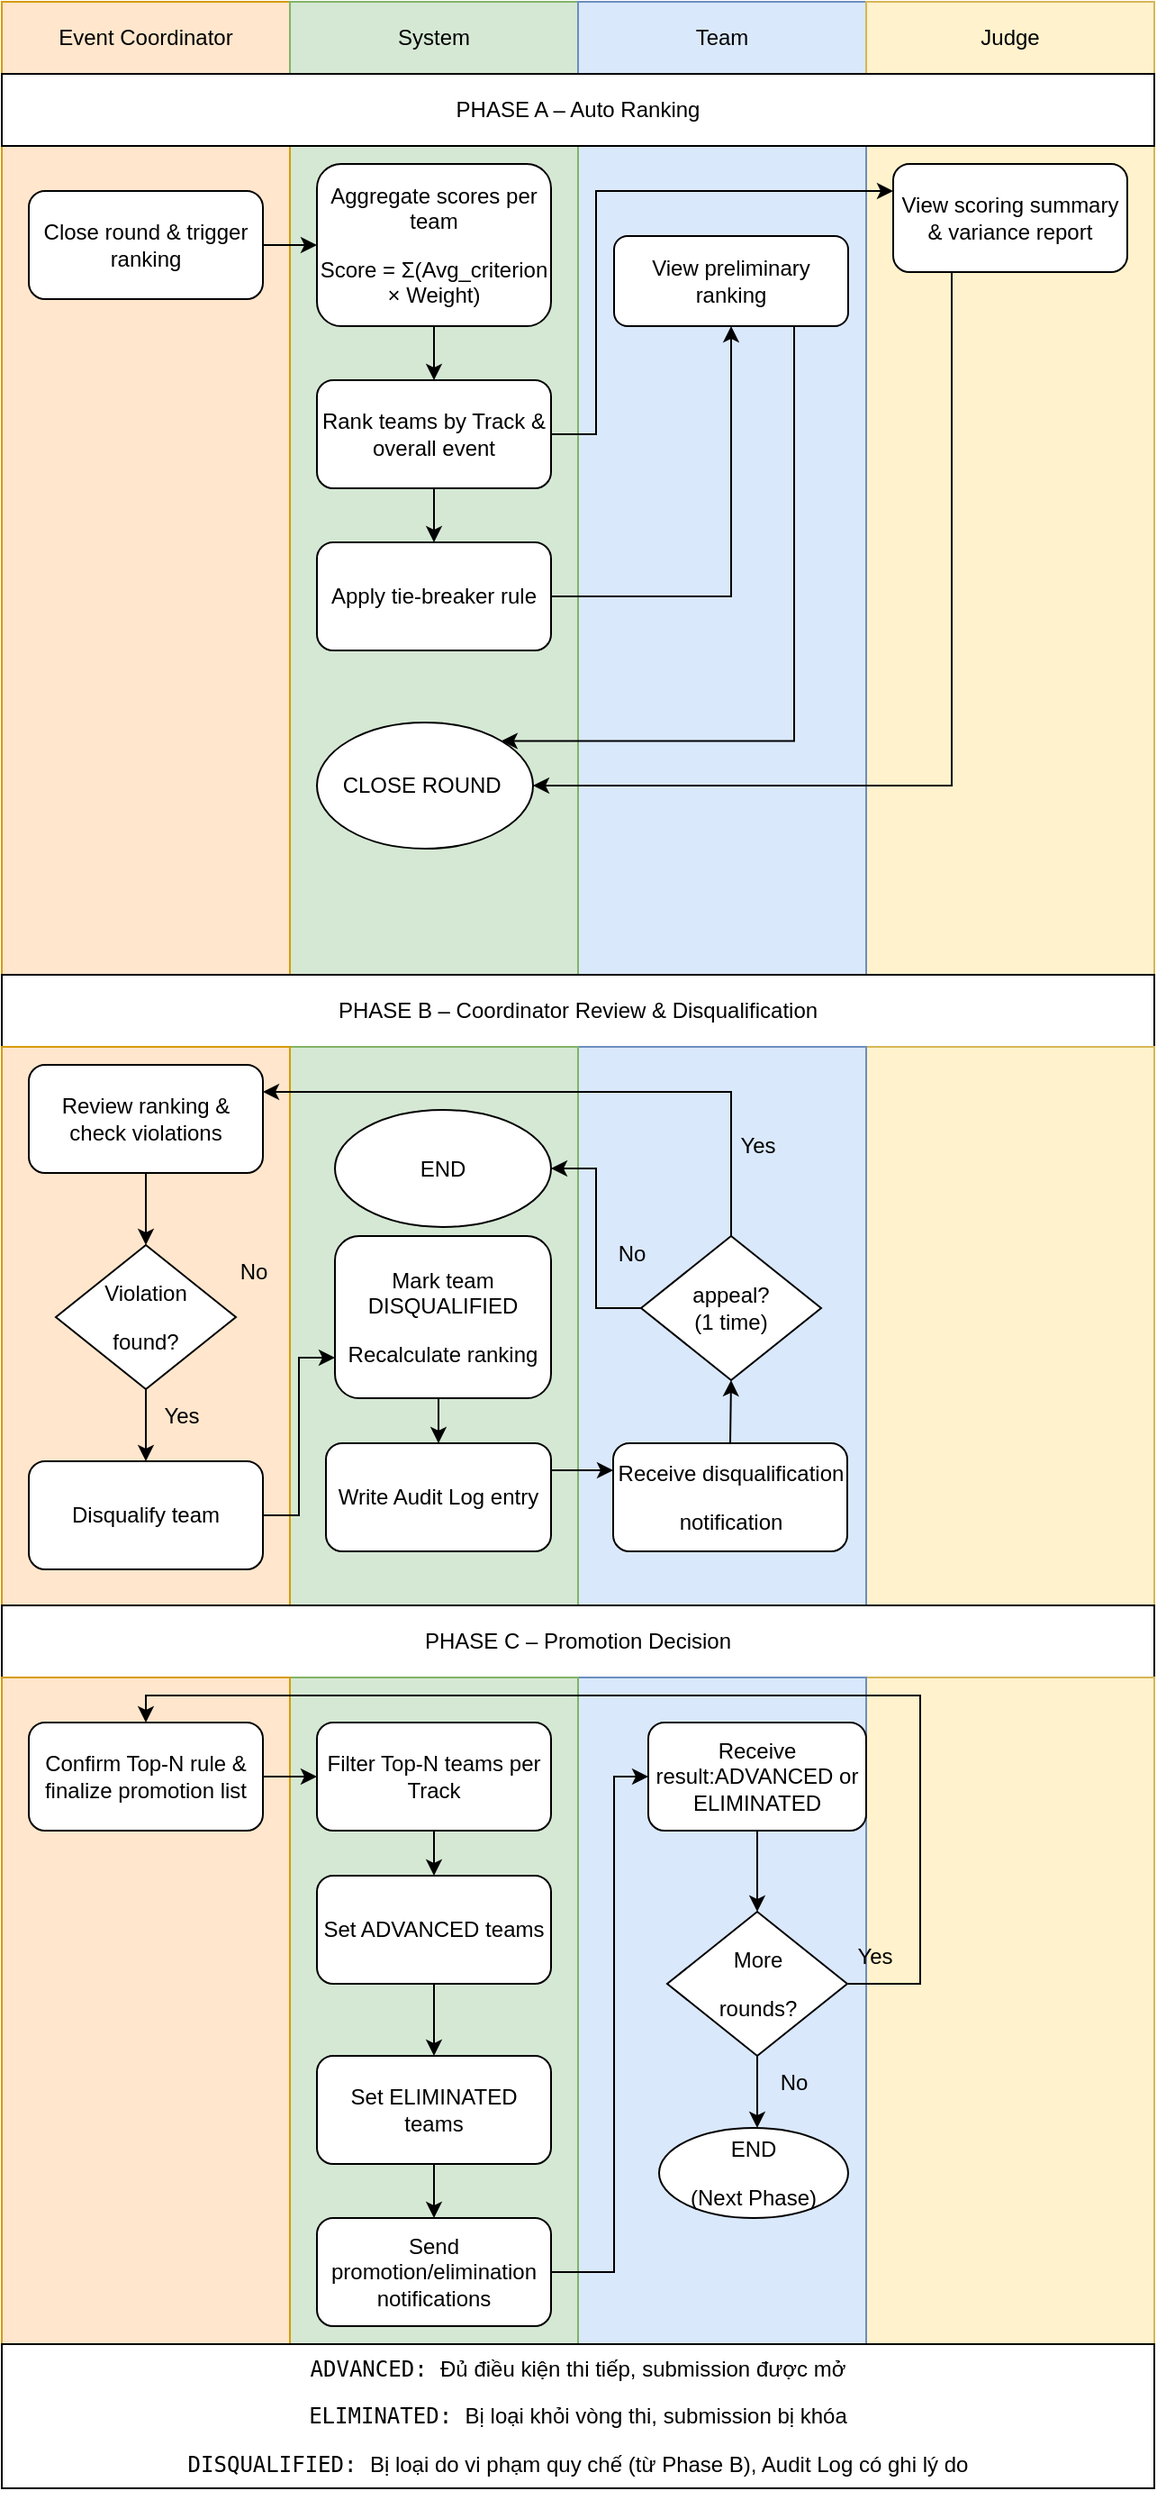
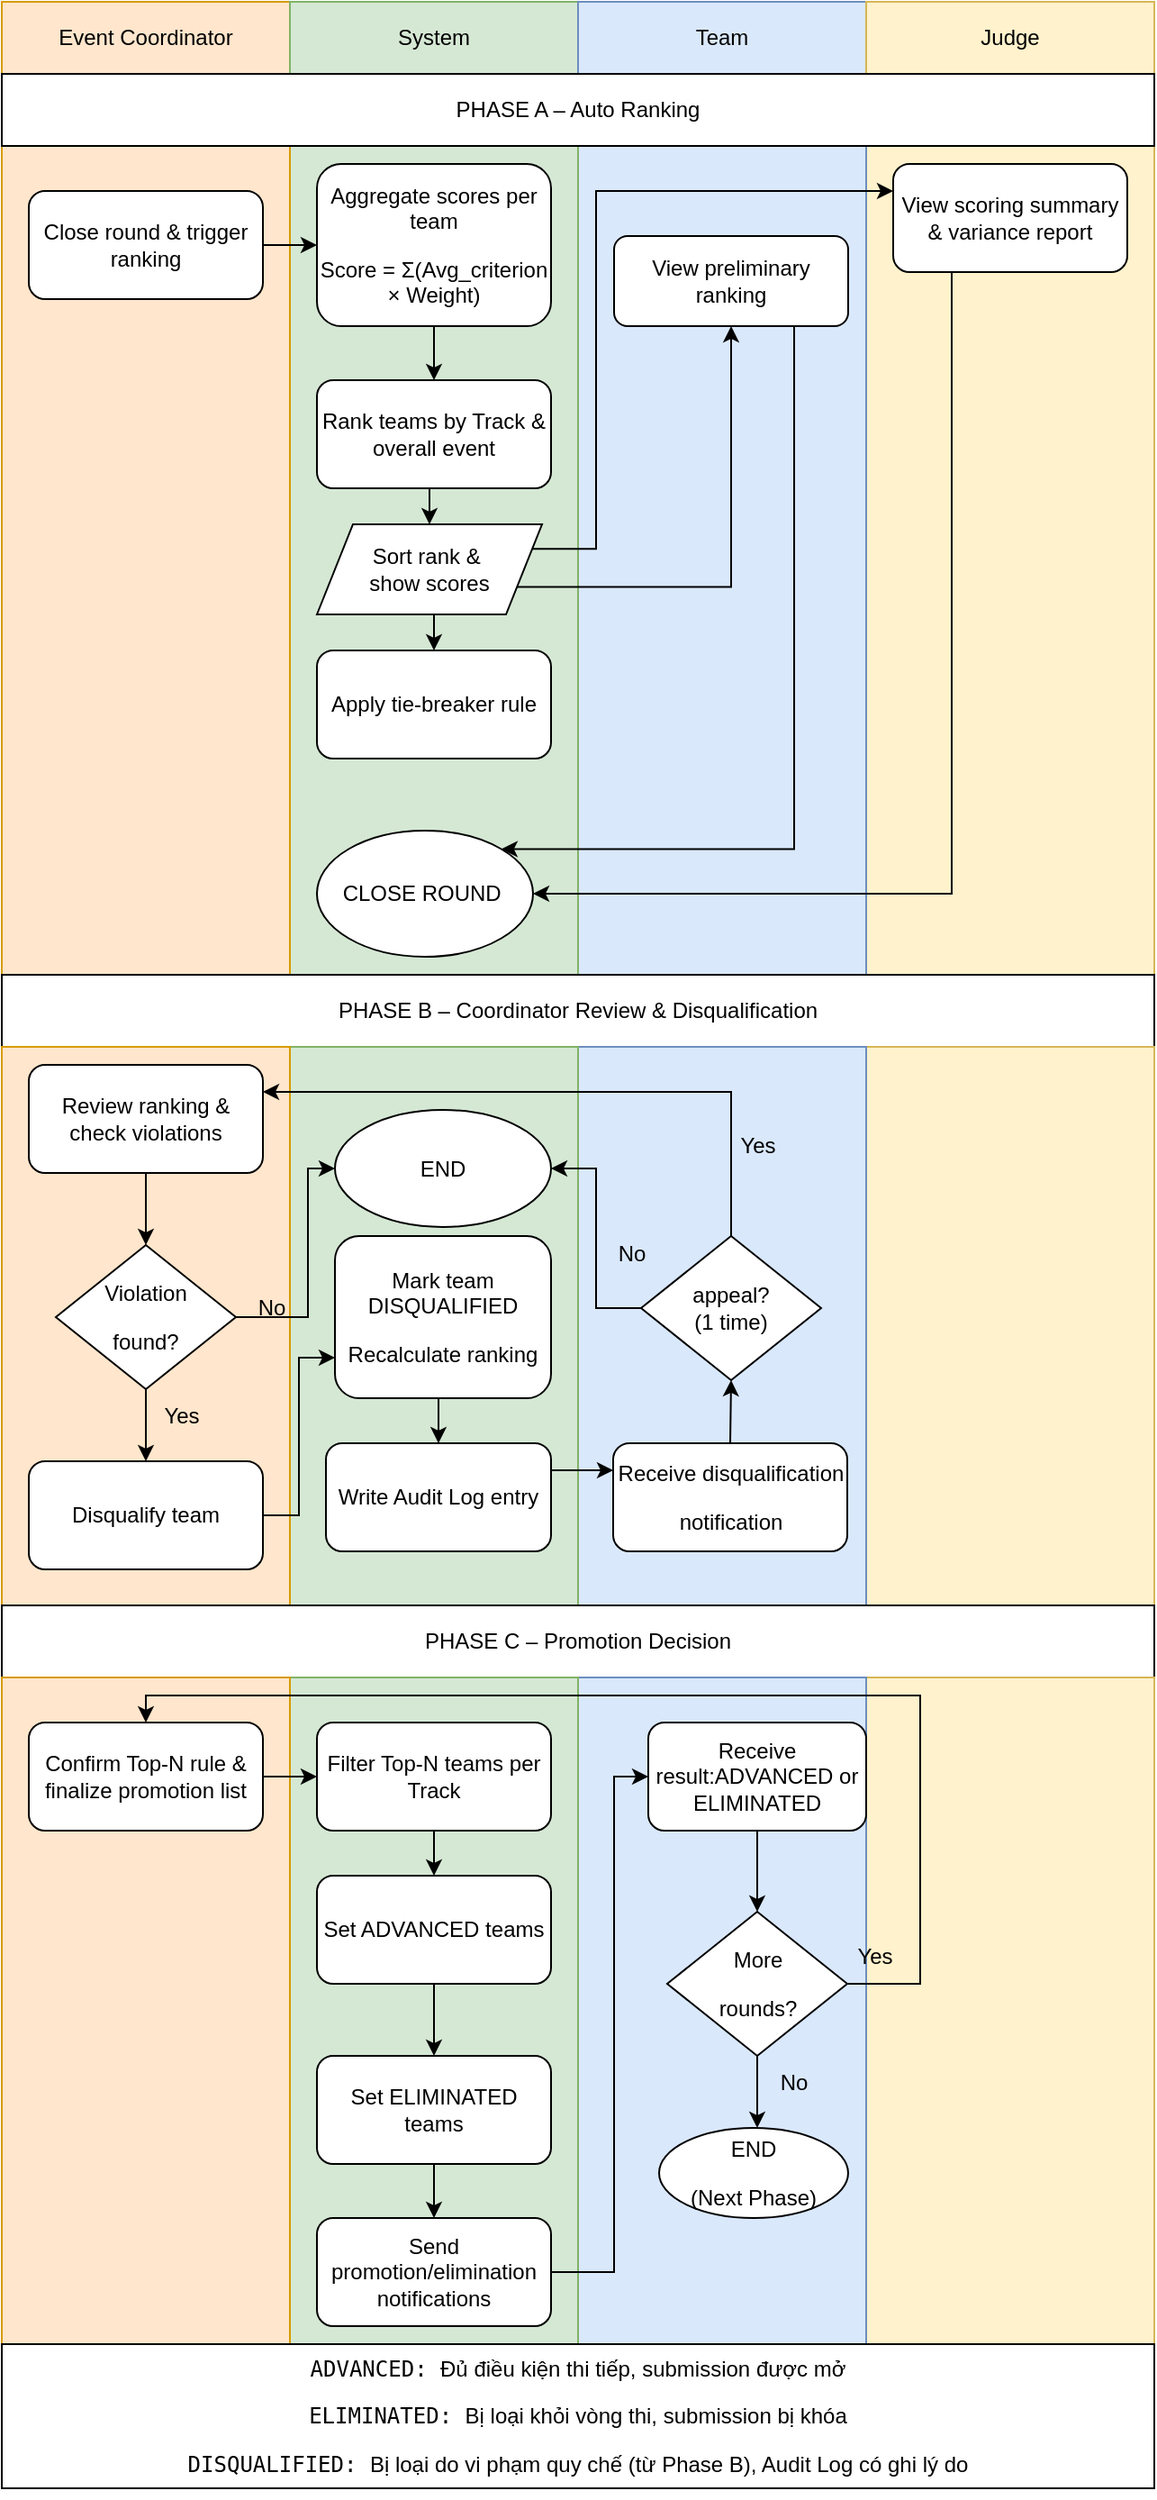
<mxfile host="app.diagrams.net">
  <diagram name="Trang-1" id="7uidZceT7A1-1Ww8tOt2">
-     <mxGraphModel dx="1084" dy="592" grid="1" gridSize="10" guides="1" tooltips="1" connect="1" arrows="1" fold="1" page="1" pageScale="1" pageWidth="827" pageHeight="1169" math="0" shadow="0">
+     <mxGraphModel dx="1030" dy="562" grid="1" gridSize="10" guides="1" tooltips="1" connect="1" arrows="1" fold="1" page="1" pageScale="1" pageWidth="827" pageHeight="1169" math="0" shadow="0">
      <root>
        <mxCell id="0" />
        <mxCell id="1" parent="0" />
        <mxCell id="Z6-MZz4HJiVlz0EDoctv-1" parent="1" style="rounded=0;whiteSpace=wrap;html=1;fillColor=#ffe6cc;strokeColor=#d79b00;" value="&lt;p data-pm-slice=&quot;1 1 []&quot;&gt;Event Coordinator&lt;/p&gt;" vertex="1">
          <mxGeometry height="40" width="160" as="geometry" />
        </mxCell>
        <mxCell id="Z6-MZz4HJiVlz0EDoctv-2" parent="1" style="rounded=0;whiteSpace=wrap;html=1;fillColor=#d5e8d4;strokeColor=#82b366;" value="&lt;p data-pm-slice=&quot;1 1 []&quot;&gt;System&lt;/p&gt;" vertex="1">
          <mxGeometry height="40" width="160" x="160" as="geometry" />
        </mxCell>
        <mxCell id="Z6-MZz4HJiVlz0EDoctv-3" parent="1" style="rounded=0;whiteSpace=wrap;html=1;fillColor=#dae8fc;strokeColor=#6c8ebf;" value="&lt;p data-pm-slice=&quot;1 1 []&quot;&gt;Team&lt;/p&gt;" vertex="1">
          <mxGeometry height="40" width="160" x="320" as="geometry" />
        </mxCell>
        <mxCell id="Z6-MZz4HJiVlz0EDoctv-4" parent="1" style="rounded=0;whiteSpace=wrap;html=1;fillColor=#fff2cc;strokeColor=#d6b656;" value="&lt;p data-pm-slice=&quot;1 1 []&quot;&gt;Judge&lt;/p&gt;" vertex="1">
          <mxGeometry height="40" width="160" x="480" as="geometry" />
        </mxCell>
        <mxCell id="Z6-MZz4HJiVlz0EDoctv-12" parent="1" style="rounded=0;whiteSpace=wrap;html=1;fillColor=#fff2cc;strokeColor=#d6b656;" value="" vertex="1">
          <mxGeometry height="460" width="160" x="480" y="80" as="geometry" />
        </mxCell>
        <mxCell id="Z6-MZz4HJiVlz0EDoctv-13" parent="1" style="rounded=0;whiteSpace=wrap;html=1;fillColor=#dae8fc;strokeColor=#6c8ebf;" value="" vertex="1">
          <mxGeometry height="540" width="160" x="320" y="40" as="geometry" />
        </mxCell>
        <mxCell id="Z6-MZz4HJiVlz0EDoctv-14" parent="1" style="rounded=0;whiteSpace=wrap;html=1;fillColor=#d5e8d4;strokeColor=#82b366;" value="" vertex="1">
          <mxGeometry height="460" width="160" x="160" y="80" as="geometry" />
        </mxCell>
        <mxCell id="Z6-MZz4HJiVlz0EDoctv-15" parent="1" style="rounded=0;whiteSpace=wrap;html=1;fillColor=#ffe6cc;strokeColor=#d79b00;" value="" vertex="1">
          <mxGeometry height="460" width="160" y="80" as="geometry" />
        </mxCell>
        <mxCell id="Z6-MZz4HJiVlz0EDoctv-16" parent="1" style="rounded=0;whiteSpace=wrap;html=1;" value="&lt;p data-pm-slice=&quot;1 1 []&quot;&gt;PHASE A – Auto Ranking&lt;/p&gt;" vertex="1">
          <mxGeometry height="40" width="640" y="40" as="geometry" />
        </mxCell>
        <mxCell id="Z6-MZz4HJiVlz0EDoctv-58" edge="1" parent="1" source="Z6-MZz4HJiVlz0EDoctv-18" style="edgeStyle=orthogonalEdgeStyle;rounded=0;orthogonalLoop=1;jettySize=auto;html=1;exitX=1;exitY=0.5;exitDx=0;exitDy=0;" target="Z6-MZz4HJiVlz0EDoctv-19">
          <mxGeometry relative="1" as="geometry" />
        </mxCell>
        <mxCell id="Z6-MZz4HJiVlz0EDoctv-18" parent="1" style="rounded=1;whiteSpace=wrap;html=1;" value="&lt;p data-pm-slice=&quot;1 1 []&quot;&gt;Close round &amp;amp; trigger ranking&lt;/p&gt;" vertex="1">
          <mxGeometry height="60" width="130" x="15" y="105" as="geometry" />
        </mxCell>
        <mxCell id="Z6-MZz4HJiVlz0EDoctv-59" edge="1" parent="1" source="Z6-MZz4HJiVlz0EDoctv-19" style="edgeStyle=orthogonalEdgeStyle;rounded=0;orthogonalLoop=1;jettySize=auto;html=1;exitX=0.5;exitY=1;exitDx=0;exitDy=0;" target="Z6-MZz4HJiVlz0EDoctv-21">
          <mxGeometry relative="1" as="geometry" />
        </mxCell>
        <mxCell id="Z6-MZz4HJiVlz0EDoctv-19" parent="1" style="rounded=1;whiteSpace=wrap;html=1;" value="&lt;p data-pm-slice=&quot;1 1 []&quot;&gt;Aggregate scores per team&lt;/p&gt;&lt;p data-pm-slice=&quot;1 1 []&quot;&gt;Score = Σ(Avg_criterion × Weight)&lt;/p&gt;" vertex="1">
          <mxGeometry height="90" width="130" x="175" y="90" as="geometry" />
        </mxCell>
        <mxCell id="20ZeH3RPhN4NPOjCwI7k-8" edge="1" parent="1" source="Z6-MZz4HJiVlz0EDoctv-20" style="edgeStyle=orthogonalEdgeStyle;rounded=0;orthogonalLoop=1;jettySize=auto;html=1;exitX=0.5;exitY=1;exitDx=0;exitDy=0;entryX=1;entryY=0;entryDx=0;entryDy=0;" target="20ZeH3RPhN4NPOjCwI7k-4">
          <mxGeometry relative="1" as="geometry">
            <Array as="points">
              <mxPoint x="440" y="180" />
-               <mxPoint x="440" y="410" />
+               <mxPoint x="440" y="470" />
            </Array>
          </mxGeometry>
        </mxCell>
        <mxCell id="Z6-MZz4HJiVlz0EDoctv-20" parent="1" style="rounded=1;whiteSpace=wrap;html=1;" value="&lt;p data-pm-slice=&quot;1 1 []&quot;&gt;View preliminary ranking&lt;/p&gt;" vertex="1">
          <mxGeometry height="50" width="130" x="340" y="130" as="geometry" />
        </mxCell>
-         <mxCell id="Z6-MZz4HJiVlz0EDoctv-60" edge="1" parent="1" source="Z6-MZz4HJiVlz0EDoctv-21" style="edgeStyle=orthogonalEdgeStyle;rounded=0;orthogonalLoop=1;jettySize=auto;html=1;exitX=0.5;exitY=1;exitDx=0;exitDy=0;" target="Z6-MZz4HJiVlz0EDoctv-22">
-           <mxGeometry relative="1" as="geometry" />
-         </mxCell>
-         <mxCell id="20ZeH3RPhN4NPOjCwI7k-26" edge="1" parent="1" source="Z6-MZz4HJiVlz0EDoctv-21" style="edgeStyle=orthogonalEdgeStyle;rounded=0;orthogonalLoop=1;jettySize=auto;html=1;exitX=1;exitY=0.5;exitDx=0;exitDy=0;entryX=0;entryY=0.25;entryDx=0;entryDy=0;" target="Z6-MZz4HJiVlz0EDoctv-23">
-           <mxGeometry relative="1" as="geometry">
-             <Array as="points">
-               <mxPoint x="330" y="240" />
-               <mxPoint x="330" y="105" />
-             </Array>
-           </mxGeometry>
+         <mxCell id="UXWupMjJpN8dmaBhyktf-3" edge="1" parent="1" source="Z6-MZz4HJiVlz0EDoctv-21" style="edgeStyle=orthogonalEdgeStyle;rounded=0;orthogonalLoop=1;jettySize=auto;html=1;exitX=0.5;exitY=1;exitDx=0;exitDy=0;entryX=0.5;entryY=0;entryDx=0;entryDy=0;" target="UXWupMjJpN8dmaBhyktf-2">
+           <mxGeometry relative="1" as="geometry" />
        </mxCell>
        <mxCell id="Z6-MZz4HJiVlz0EDoctv-21" parent="1" style="rounded=1;whiteSpace=wrap;html=1;" value="&lt;p data-pm-slice=&quot;1 1 []&quot;&gt;Rank teams by Track &amp;amp; overall event&lt;/p&gt;" vertex="1">
          <mxGeometry height="60" width="130" x="175" y="210" as="geometry" />
        </mxCell>
-         <mxCell id="20ZeH3RPhN4NPOjCwI7k-25" edge="1" parent="1" source="Z6-MZz4HJiVlz0EDoctv-22" style="edgeStyle=orthogonalEdgeStyle;rounded=0;orthogonalLoop=1;jettySize=auto;html=1;exitX=1;exitY=0.5;exitDx=0;exitDy=0;entryX=0.5;entryY=1;entryDx=0;entryDy=0;" target="Z6-MZz4HJiVlz0EDoctv-20">
-           <mxGeometry relative="1" as="geometry" />
-         </mxCell>
        <mxCell id="Z6-MZz4HJiVlz0EDoctv-22" parent="1" style="rounded=1;whiteSpace=wrap;html=1;" value="&lt;p data-pm-slice=&quot;1 1 []&quot;&gt;Apply tie-breaker rule&lt;/p&gt;" vertex="1">
-           <mxGeometry height="60" width="130" x="175" y="300" as="geometry" />
+           <mxGeometry height="60" width="130" x="175" y="360" as="geometry" />
        </mxCell>
        <mxCell id="20ZeH3RPhN4NPOjCwI7k-5" edge="1" parent="1" source="Z6-MZz4HJiVlz0EDoctv-23" style="edgeStyle=orthogonalEdgeStyle;rounded=0;orthogonalLoop=1;jettySize=auto;html=1;exitX=0.25;exitY=1;exitDx=0;exitDy=0;entryX=1;entryY=0.5;entryDx=0;entryDy=0;" target="20ZeH3RPhN4NPOjCwI7k-4">
          <mxGeometry relative="1" as="geometry" />
        </mxCell>
        <mxCell id="Z6-MZz4HJiVlz0EDoctv-23" parent="1" style="rounded=1;whiteSpace=wrap;html=1;" value="&lt;p data-pm-slice=&quot;1 1 []&quot;&gt;View scoring summary &amp;amp; variance report&lt;/p&gt;" vertex="1">
          <mxGeometry height="60" width="130" x="495" y="90" as="geometry" />
        </mxCell>
        <mxCell id="Z6-MZz4HJiVlz0EDoctv-25" parent="1" style="rounded=0;whiteSpace=wrap;html=1;" value="&lt;p data-pm-slice=&quot;1 1 []&quot;&gt;PHASE B – Coordinator Review &amp;amp; Disqualification&lt;/p&gt;" vertex="1">
          <mxGeometry height="40" width="640" y="540" as="geometry" />
        </mxCell>
        <mxCell id="Z6-MZz4HJiVlz0EDoctv-27" parent="1" style="rounded=0;whiteSpace=wrap;html=1;fillColor=#fff2cc;strokeColor=#d6b656;" value="" vertex="1">
          <mxGeometry height="320" width="160" x="480" y="580" as="geometry" />
        </mxCell>
        <mxCell id="Z6-MZz4HJiVlz0EDoctv-28" parent="1" style="rounded=0;whiteSpace=wrap;html=1;fillColor=#dae8fc;strokeColor=#6c8ebf;" value="" vertex="1">
          <mxGeometry height="320" width="160" x="320" y="580" as="geometry" />
        </mxCell>
        <mxCell id="Z6-MZz4HJiVlz0EDoctv-29" parent="1" style="rounded=0;whiteSpace=wrap;html=1;fillColor=#d5e8d4;strokeColor=#82b366;" value="" vertex="1">
          <mxGeometry height="320" width="160" x="160" y="580" as="geometry" />
        </mxCell>
        <mxCell id="Z6-MZz4HJiVlz0EDoctv-30" parent="1" style="rounded=0;whiteSpace=wrap;html=1;fillColor=#ffe6cc;strokeColor=#d79b00;" value="" vertex="1">
          <mxGeometry height="320" width="160" y="580" as="geometry" />
        </mxCell>
        <mxCell id="Z6-MZz4HJiVlz0EDoctv-64" edge="1" parent="1" source="Z6-MZz4HJiVlz0EDoctv-31" style="edgeStyle=orthogonalEdgeStyle;rounded=0;orthogonalLoop=1;jettySize=auto;html=1;exitX=0.5;exitY=1;exitDx=0;exitDy=0;entryX=0.5;entryY=0;entryDx=0;entryDy=0;" target="Z6-MZz4HJiVlz0EDoctv-38">
          <mxGeometry relative="1" as="geometry" />
        </mxCell>
        <mxCell id="Z6-MZz4HJiVlz0EDoctv-31" parent="1" style="rounded=1;whiteSpace=wrap;html=1;" value="&lt;p data-pm-slice=&quot;1 1 []&quot;&gt;Review ranking &amp;amp; check violations&lt;/p&gt;" vertex="1">
          <mxGeometry height="60" width="130" x="15" y="590" as="geometry" />
        </mxCell>
        <mxCell id="Z6-MZz4HJiVlz0EDoctv-67" edge="1" parent="1" source="Z6-MZz4HJiVlz0EDoctv-32" style="edgeStyle=orthogonalEdgeStyle;rounded=0;orthogonalLoop=1;jettySize=auto;html=1;exitX=0.5;exitY=1;exitDx=0;exitDy=0;entryX=0.5;entryY=0;entryDx=0;entryDy=0;" target="Z6-MZz4HJiVlz0EDoctv-34">
          <mxGeometry relative="1" as="geometry" />
        </mxCell>
        <mxCell id="Z6-MZz4HJiVlz0EDoctv-32" parent="1" style="rounded=1;whiteSpace=wrap;html=1;" value="&lt;p data-pm-slice=&quot;1 1 []&quot;&gt;Mark team DISQUALIFIED&lt;/p&gt;&lt;p data-pm-slice=&quot;1 1 []&quot;&gt;Recalculate ranking&lt;/p&gt;" vertex="1">
          <mxGeometry height="90" width="120" x="185" y="685" as="geometry" />
        </mxCell>
        <mxCell id="20ZeH3RPhN4NPOjCwI7k-14" edge="1" parent="1" source="Z6-MZz4HJiVlz0EDoctv-33" style="edgeStyle=orthogonalEdgeStyle;rounded=0;orthogonalLoop=1;jettySize=auto;html=1;exitX=0.5;exitY=0;exitDx=0;exitDy=0;entryX=0.5;entryY=1;entryDx=0;entryDy=0;" target="20ZeH3RPhN4NPOjCwI7k-13">
          <mxGeometry relative="1" as="geometry" />
        </mxCell>
        <mxCell id="Z6-MZz4HJiVlz0EDoctv-33" parent="1" style="rounded=1;whiteSpace=wrap;html=1;" value="&lt;p data-pm-slice=&quot;1 1 []&quot;&gt;Receive disqualification&lt;/p&gt;&lt;p data-pm-slice=&quot;1 1 []&quot;&gt;notification&lt;/p&gt;" vertex="1">
          <mxGeometry height="60" width="130" x="339.5" y="800" as="geometry" />
        </mxCell>
        <mxCell id="20ZeH3RPhN4NPOjCwI7k-12" edge="1" parent="1" source="Z6-MZz4HJiVlz0EDoctv-34" style="edgeStyle=orthogonalEdgeStyle;rounded=0;orthogonalLoop=1;jettySize=auto;html=1;exitX=1;exitY=0.25;exitDx=0;exitDy=0;entryX=0;entryY=0.25;entryDx=0;entryDy=0;" target="Z6-MZz4HJiVlz0EDoctv-33">
          <mxGeometry relative="1" as="geometry" />
        </mxCell>
        <mxCell id="Z6-MZz4HJiVlz0EDoctv-34" parent="1" style="rounded=1;whiteSpace=wrap;html=1;" value="&lt;p data-pm-slice=&quot;1 1 []&quot;&gt;Write Audit Log entry&lt;/p&gt;" vertex="1">
          <mxGeometry height="60" width="125" x="180" y="800" as="geometry" />
        </mxCell>
        <mxCell id="20ZeH3RPhN4NPOjCwI7k-11" edge="1" parent="1" source="Z6-MZz4HJiVlz0EDoctv-35" style="edgeStyle=orthogonalEdgeStyle;rounded=0;orthogonalLoop=1;jettySize=auto;html=1;exitX=1;exitY=0.5;exitDx=0;exitDy=0;entryX=0;entryY=0.75;entryDx=0;entryDy=0;" target="Z6-MZz4HJiVlz0EDoctv-32">
          <mxGeometry relative="1" as="geometry" />
        </mxCell>
        <mxCell id="Z6-MZz4HJiVlz0EDoctv-35" parent="1" style="rounded=1;whiteSpace=wrap;html=1;" value="&lt;p data-pm-slice=&quot;1 1 []&quot;&gt;Disqualify team&lt;/p&gt;" vertex="1">
          <mxGeometry height="60" width="130" x="15" y="810" as="geometry" />
        </mxCell>
        <mxCell id="Z6-MZz4HJiVlz0EDoctv-65" edge="1" parent="1" source="Z6-MZz4HJiVlz0EDoctv-38" style="edgeStyle=orthogonalEdgeStyle;rounded=0;orthogonalLoop=1;jettySize=auto;html=1;exitX=0.5;exitY=1;exitDx=0;exitDy=0;" target="Z6-MZz4HJiVlz0EDoctv-35">
          <mxGeometry relative="1" as="geometry" />
        </mxCell>
+         <mxCell id="UXWupMjJpN8dmaBhyktf-5" edge="1" parent="1" source="Z6-MZz4HJiVlz0EDoctv-38" style="edgeStyle=orthogonalEdgeStyle;rounded=0;orthogonalLoop=1;jettySize=auto;html=1;exitX=1;exitY=0.5;exitDx=0;exitDy=0;entryX=0;entryY=0.5;entryDx=0;entryDy=0;" target="20ZeH3RPhN4NPOjCwI7k-19">
+           <mxGeometry relative="1" as="geometry">
+             <Array as="points">
+               <mxPoint x="170" y="730" />
+               <mxPoint x="170" y="648" />
+             </Array>
+           </mxGeometry>
+         </mxCell>
        <mxCell id="Z6-MZz4HJiVlz0EDoctv-38" parent="1" style="rhombus;whiteSpace=wrap;html=1;" value="&lt;p data-pm-slice=&quot;1 1 []&quot;&gt;Violation&lt;/p&gt;&lt;p data-pm-slice=&quot;1 1 []&quot;&gt;found?&lt;/p&gt;" vertex="1">
          <mxGeometry height="80" width="100" x="30" y="690" as="geometry" />
        </mxCell>
        <mxCell id="Z6-MZz4HJiVlz0EDoctv-39" parent="1" style="rounded=0;whiteSpace=wrap;html=1;" value="&lt;p data-pm-slice=&quot;1 1 []&quot;&gt;PHASE C – Promotion Decision&lt;/p&gt;" vertex="1">
          <mxGeometry height="40" width="640" y="890" as="geometry" />
        </mxCell>
        <mxCell id="Z6-MZz4HJiVlz0EDoctv-41" parent="1" style="rounded=0;whiteSpace=wrap;html=1;fillColor=#fff2cc;strokeColor=#d6b656;" value="" vertex="1">
          <mxGeometry height="370" width="160" x="480" y="930" as="geometry" />
        </mxCell>
        <mxCell id="Z6-MZz4HJiVlz0EDoctv-42" parent="1" style="rounded=0;whiteSpace=wrap;html=1;fillColor=#dae8fc;strokeColor=#6c8ebf;" value="" vertex="1">
          <mxGeometry height="370" width="160" x="320" y="930" as="geometry" />
        </mxCell>
        <mxCell id="Z6-MZz4HJiVlz0EDoctv-43" parent="1" style="rounded=0;whiteSpace=wrap;html=1;fillColor=#d5e8d4;strokeColor=#82b366;" value="" vertex="1">
          <mxGeometry height="370" width="160" x="160" y="930" as="geometry" />
        </mxCell>
        <mxCell id="Z6-MZz4HJiVlz0EDoctv-44" parent="1" style="rounded=0;whiteSpace=wrap;html=1;fillColor=#ffe6cc;strokeColor=#d79b00;" value="" vertex="1">
          <mxGeometry height="370" width="160" y="930" as="geometry" />
        </mxCell>
        <mxCell id="Z6-MZz4HJiVlz0EDoctv-71" edge="1" parent="1" source="Z6-MZz4HJiVlz0EDoctv-45" style="edgeStyle=orthogonalEdgeStyle;rounded=0;orthogonalLoop=1;jettySize=auto;html=1;exitX=1;exitY=0.5;exitDx=0;exitDy=0;entryX=0;entryY=0.5;entryDx=0;entryDy=0;" target="Z6-MZz4HJiVlz0EDoctv-46">
          <mxGeometry relative="1" as="geometry" />
        </mxCell>
        <mxCell id="Z6-MZz4HJiVlz0EDoctv-45" parent="1" style="rounded=1;whiteSpace=wrap;html=1;" value="&lt;p data-pm-slice=&quot;1 1 []&quot;&gt;Confirm Top-N rule &amp;amp; finalize promotion list&lt;/p&gt;" vertex="1">
          <mxGeometry height="60" width="130" x="15" y="955" as="geometry" />
        </mxCell>
        <mxCell id="Z6-MZz4HJiVlz0EDoctv-72" edge="1" parent="1" source="Z6-MZz4HJiVlz0EDoctv-46" style="edgeStyle=orthogonalEdgeStyle;rounded=0;orthogonalLoop=1;jettySize=auto;html=1;exitX=0.5;exitY=1;exitDx=0;exitDy=0;entryX=0.5;entryY=0;entryDx=0;entryDy=0;" target="Z6-MZz4HJiVlz0EDoctv-48">
          <mxGeometry relative="1" as="geometry" />
        </mxCell>
        <mxCell id="Z6-MZz4HJiVlz0EDoctv-46" parent="1" style="rounded=1;whiteSpace=wrap;html=1;" value="&lt;p data-pm-slice=&quot;1 1 []&quot;&gt;Filter Top-N teams per Track&lt;/p&gt;" vertex="1">
          <mxGeometry height="60" width="130" x="175" y="955" as="geometry" />
        </mxCell>
        <mxCell id="Z6-MZz4HJiVlz0EDoctv-75" edge="1" parent="1" source="Z6-MZz4HJiVlz0EDoctv-47" style="edgeStyle=orthogonalEdgeStyle;rounded=0;orthogonalLoop=1;jettySize=auto;html=1;exitX=0.5;exitY=1;exitDx=0;exitDy=0;" target="Z6-MZz4HJiVlz0EDoctv-51">
          <mxGeometry relative="1" as="geometry" />
        </mxCell>
        <mxCell id="Z6-MZz4HJiVlz0EDoctv-47" parent="1" style="rounded=1;whiteSpace=wrap;html=1;" value="&lt;p data-pm-slice=&quot;1 1 []&quot;&gt;Receive result:ADVANCED or ELIMINATED&lt;/p&gt;" vertex="1">
          <mxGeometry height="60" width="121" x="359" y="955" as="geometry" />
        </mxCell>
        <mxCell id="Z6-MZz4HJiVlz0EDoctv-73" edge="1" parent="1" source="Z6-MZz4HJiVlz0EDoctv-48" style="edgeStyle=orthogonalEdgeStyle;rounded=0;orthogonalLoop=1;jettySize=auto;html=1;exitX=0.5;exitY=1;exitDx=0;exitDy=0;entryX=0.5;entryY=0;entryDx=0;entryDy=0;" target="Z6-MZz4HJiVlz0EDoctv-49">
          <mxGeometry relative="1" as="geometry" />
        </mxCell>
        <mxCell id="Z6-MZz4HJiVlz0EDoctv-48" parent="1" style="rounded=1;whiteSpace=wrap;html=1;" value="&lt;p data-pm-slice=&quot;1 1 []&quot;&gt;Set ADVANCED teams&lt;/p&gt;" vertex="1">
          <mxGeometry height="60" width="130" x="175" y="1040" as="geometry" />
        </mxCell>
        <mxCell id="Z6-MZz4HJiVlz0EDoctv-74" edge="1" parent="1" source="Z6-MZz4HJiVlz0EDoctv-49" style="edgeStyle=orthogonalEdgeStyle;rounded=0;orthogonalLoop=1;jettySize=auto;html=1;exitX=0.5;exitY=1;exitDx=0;exitDy=0;entryX=0.5;entryY=0;entryDx=0;entryDy=0;" target="Z6-MZz4HJiVlz0EDoctv-54">
          <mxGeometry relative="1" as="geometry" />
        </mxCell>
        <mxCell id="Z6-MZz4HJiVlz0EDoctv-49" parent="1" style="rounded=1;whiteSpace=wrap;html=1;" value="&lt;p data-pm-slice=&quot;1 1 []&quot;&gt;Set ELIMINATED teams&lt;/p&gt;" vertex="1">
          <mxGeometry height="60" width="130" x="175" y="1140" as="geometry" />
        </mxCell>
        <mxCell id="20ZeH3RPhN4NPOjCwI7k-21" edge="1" parent="1" source="Z6-MZz4HJiVlz0EDoctv-51" style="edgeStyle=orthogonalEdgeStyle;rounded=0;orthogonalLoop=1;jettySize=auto;html=1;exitX=0.5;exitY=1;exitDx=0;exitDy=0;entryX=0.5;entryY=0;entryDx=0;entryDy=0;">
          <mxGeometry relative="1" as="geometry">
            <mxPoint x="419.5000000000002" y="1180" as="targetPoint" />
          </mxGeometry>
        </mxCell>
        <mxCell id="Z6-MZz4HJiVlz0EDoctv-51" parent="1" style="rhombus;whiteSpace=wrap;html=1;" value="&lt;p data-pm-slice=&quot;1 1 []&quot;&gt;More&lt;/p&gt;&lt;p data-pm-slice=&quot;1 1 []&quot;&gt;rounds?&lt;/p&gt;" vertex="1">
          <mxGeometry height="80" width="100" x="369.5" y="1060" as="geometry" />
        </mxCell>
        <mxCell id="Z6-MZz4HJiVlz0EDoctv-86" edge="1" parent="1" source="Z6-MZz4HJiVlz0EDoctv-54" style="edgeStyle=orthogonalEdgeStyle;rounded=0;orthogonalLoop=1;jettySize=auto;html=1;exitX=1;exitY=0.5;exitDx=0;exitDy=0;entryX=0;entryY=0.5;entryDx=0;entryDy=0;" target="Z6-MZz4HJiVlz0EDoctv-47">
          <mxGeometry relative="1" as="geometry">
            <Array as="points">
              <mxPoint x="340" y="1260" />
              <mxPoint x="340" y="985" />
            </Array>
          </mxGeometry>
        </mxCell>
        <mxCell id="Z6-MZz4HJiVlz0EDoctv-54" parent="1" style="rounded=1;whiteSpace=wrap;html=1;" value="&lt;p data-pm-slice=&quot;1 1 []&quot;&gt;Send promotion/elimination notifications&lt;/p&gt;" vertex="1">
          <mxGeometry height="60" width="130" x="175" y="1230" as="geometry" />
        </mxCell>
        <mxCell id="Z6-MZz4HJiVlz0EDoctv-70" parent="1" style="text;html=1;whiteSpace=wrap;strokeColor=none;fillColor=none;align=center;verticalAlign=middle;rounded=0;" value="Yes" vertex="1">
          <mxGeometry height="30" width="60" x="70" y="770" as="geometry" />
        </mxCell>
        <mxCell id="Z6-MZz4HJiVlz0EDoctv-84" parent="1" style="text;html=1;whiteSpace=wrap;strokeColor=none;fillColor=none;align=center;verticalAlign=middle;rounded=0;" value="No" vertex="1">
-           <mxGeometry height="30" width="60" x="110" y="690" as="geometry" />
+           <mxGeometry height="30" width="60" x="120" y="710" as="geometry" />
        </mxCell>
        <mxCell id="20ZeH3RPhN4NPOjCwI7k-22" edge="1" parent="1" source="Z6-MZz4HJiVlz0EDoctv-92" style="edgeStyle=orthogonalEdgeStyle;rounded=0;orthogonalLoop=1;jettySize=auto;html=1;exitX=0.25;exitY=1;exitDx=0;exitDy=0;entryX=0.5;entryY=0;entryDx=0;entryDy=0;" target="Z6-MZz4HJiVlz0EDoctv-45">
          <mxGeometry relative="1" as="geometry">
            <Array as="points">
              <mxPoint x="510" y="1100" />
              <mxPoint x="510" y="940" />
              <mxPoint x="80" y="940" />
            </Array>
          </mxGeometry>
        </mxCell>
        <mxCell id="Z6-MZz4HJiVlz0EDoctv-92" parent="1" style="text;html=1;whiteSpace=wrap;strokeColor=none;fillColor=none;align=center;verticalAlign=middle;rounded=0;" value="Yes" vertex="1">
          <mxGeometry height="30" width="60" x="455" y="1070" as="geometry" />
        </mxCell>
        <mxCell id="Z6-MZz4HJiVlz0EDoctv-93" parent="1" style="text;html=1;whiteSpace=wrap;strokeColor=none;fillColor=none;align=center;verticalAlign=middle;rounded=0;" value="No" vertex="1">
          <mxGeometry height="30" width="60" x="409.5" y="1140" as="geometry" />
        </mxCell>
        <mxCell id="Z6-MZz4HJiVlz0EDoctv-94" parent="1" style="rounded=0;whiteSpace=wrap;html=1;" value="&lt;p data-pm-slice=&quot;1 1 []&quot;&gt;&lt;code&gt;ADVANCED:&amp;nbsp;&lt;/code&gt;Đủ điều kiện thi tiếp, submission được mở&lt;/p&gt;&lt;p data-pm-slice=&quot;1 1 []&quot;&gt;&lt;code&gt;ELIMINATED:&amp;nbsp;&lt;/code&gt;Bị loại khỏi vòng thi, submission bị khóa&lt;/p&gt;&lt;p data-pm-slice=&quot;1 1 []&quot;&gt;&lt;code&gt;DISQUALIFIED:&amp;nbsp;&lt;/code&gt;Bị loại do vi phạm quy chế (từ Phase B), Audit Log có ghi lý do&lt;/p&gt;" vertex="1">
          <mxGeometry height="80" width="640" y="1300" as="geometry" />
        </mxCell>
        <mxCell id="20ZeH3RPhN4NPOjCwI7k-4" parent="1" style="ellipse;whiteSpace=wrap;html=1;" value="CLOSE ROUND&amp;nbsp;" vertex="1">
-           <mxGeometry height="70" width="120" x="175" y="400" as="geometry" />
+           <mxGeometry height="70" width="120" x="175" y="460" as="geometry" />
        </mxCell>
        <mxCell id="20ZeH3RPhN4NPOjCwI7k-17" edge="1" parent="1" source="20ZeH3RPhN4NPOjCwI7k-13" style="edgeStyle=orthogonalEdgeStyle;rounded=0;orthogonalLoop=1;jettySize=auto;html=1;exitX=0.5;exitY=0;exitDx=0;exitDy=0;entryX=1;entryY=0.25;entryDx=0;entryDy=0;" target="Z6-MZz4HJiVlz0EDoctv-31">
          <mxGeometry relative="1" as="geometry" />
        </mxCell>
        <mxCell id="20ZeH3RPhN4NPOjCwI7k-20" edge="1" parent="1" source="20ZeH3RPhN4NPOjCwI7k-13" style="edgeStyle=orthogonalEdgeStyle;rounded=0;orthogonalLoop=1;jettySize=auto;html=1;exitX=0;exitY=0.5;exitDx=0;exitDy=0;entryX=1;entryY=0.5;entryDx=0;entryDy=0;" target="20ZeH3RPhN4NPOjCwI7k-19">
          <mxGeometry relative="1" as="geometry" />
        </mxCell>
        <mxCell id="20ZeH3RPhN4NPOjCwI7k-13" parent="1" style="rhombus;whiteSpace=wrap;html=1;" value="appeal?&lt;br&gt;(1 time)" vertex="1">
          <mxGeometry height="80" width="100" x="355" y="685" as="geometry" />
        </mxCell>
        <mxCell id="20ZeH3RPhN4NPOjCwI7k-16" parent="1" style="text;html=1;whiteSpace=wrap;strokeColor=none;fillColor=none;align=center;verticalAlign=middle;rounded=0;" value="No" vertex="1">
          <mxGeometry height="30" width="60" x="320" y="680" as="geometry" />
        </mxCell>
        <mxCell id="20ZeH3RPhN4NPOjCwI7k-18" parent="1" style="text;html=1;whiteSpace=wrap;strokeColor=none;fillColor=none;align=center;verticalAlign=middle;rounded=0;" value="Yes" vertex="1">
          <mxGeometry height="30" width="60" x="389.5" y="620" as="geometry" />
        </mxCell>
        <mxCell id="20ZeH3RPhN4NPOjCwI7k-19" parent="1" style="ellipse;whiteSpace=wrap;html=1;" value="END" vertex="1">
          <mxGeometry height="65" width="120" x="185" y="615" as="geometry" />
        </mxCell>
        <mxCell id="20ZeH3RPhN4NPOjCwI7k-23" parent="1" style="ellipse;whiteSpace=wrap;html=1;" value="&lt;p data-pm-slice=&quot;1 1 []&quot;&gt;END&lt;/p&gt;&lt;p data-pm-slice=&quot;1 1 []&quot;&gt;(Next Phase)&lt;/p&gt;" vertex="1">
          <mxGeometry height="50" width="105" x="365" y="1180" as="geometry" />
+         </mxCell>
+         <mxCell id="UXWupMjJpN8dmaBhyktf-4" edge="1" parent="1" source="UXWupMjJpN8dmaBhyktf-2" style="edgeStyle=orthogonalEdgeStyle;rounded=0;orthogonalLoop=1;jettySize=auto;html=1;exitX=0.5;exitY=1;exitDx=0;exitDy=0;entryX=0.5;entryY=0;entryDx=0;entryDy=0;" target="Z6-MZz4HJiVlz0EDoctv-22">
+           <mxGeometry relative="1" as="geometry" />
+         </mxCell>
+         <mxCell id="UXWupMjJpN8dmaBhyktf-6" edge="1" parent="1" source="UXWupMjJpN8dmaBhyktf-2" style="edgeStyle=orthogonalEdgeStyle;rounded=0;orthogonalLoop=1;jettySize=auto;html=1;exitX=1;exitY=0.25;exitDx=0;exitDy=0;entryX=0;entryY=0.25;entryDx=0;entryDy=0;" target="Z6-MZz4HJiVlz0EDoctv-23">
+           <mxGeometry relative="1" as="geometry">
+             <Array as="points">
+               <mxPoint x="330" y="304" />
+               <mxPoint x="330" y="105" />
+             </Array>
+           </mxGeometry>
+         </mxCell>
+         <mxCell id="UXWupMjJpN8dmaBhyktf-7" edge="1" parent="1" source="UXWupMjJpN8dmaBhyktf-2" style="edgeStyle=orthogonalEdgeStyle;rounded=0;orthogonalLoop=1;jettySize=auto;html=1;exitX=1;exitY=0.75;exitDx=0;exitDy=0;entryX=0.5;entryY=1;entryDx=0;entryDy=0;" target="Z6-MZz4HJiVlz0EDoctv-20">
+           <mxGeometry relative="1" as="geometry" />
+         </mxCell>
+         <mxCell id="UXWupMjJpN8dmaBhyktf-2" parent="1" style="shape=parallelogram;perimeter=parallelogramPerimeter;whiteSpace=wrap;html=1;fixedSize=1;" value="Sort rank &amp;amp;&amp;nbsp;&lt;div&gt;show scores&lt;/div&gt;" vertex="1">
+           <mxGeometry height="50" width="125" x="175" y="290" as="geometry" />
        </mxCell>
      </root>
    </mxGraphModel>
  </diagram>
</mxfile>
